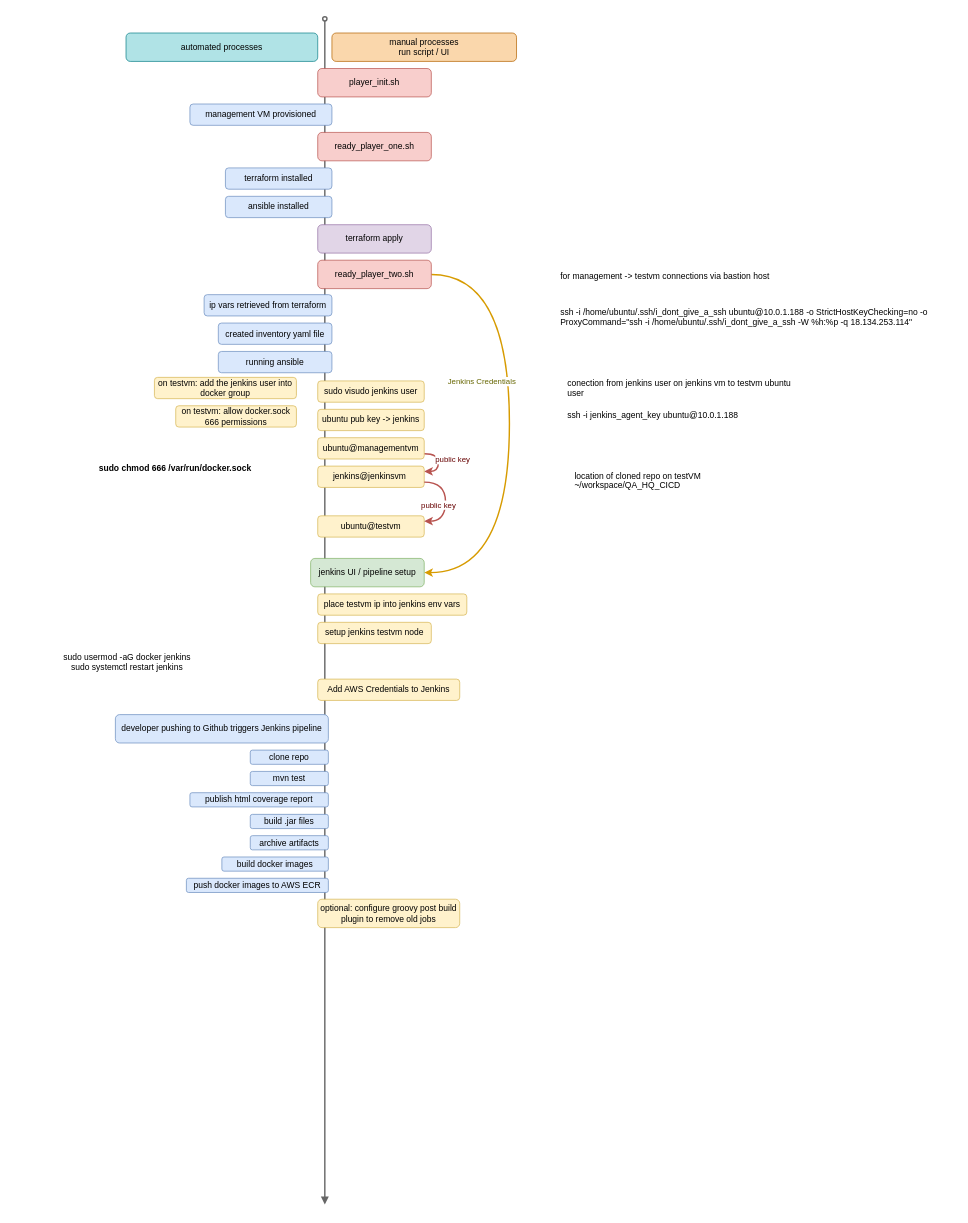
This is other_files/manual_process_checkpoints.drawio from Jenkins-Spice-Latte/QA-Help-Queue-App, a draw.io file, before an edit. Source tidied: cells renumbered, new cells numbered last; positions are measured from the earlier drawing's top-left corner, leaving out a move shared by most shapes. Both pictures are drawn from the tidied source at 71%, with x=0, y=0 at pixel (62, 18).
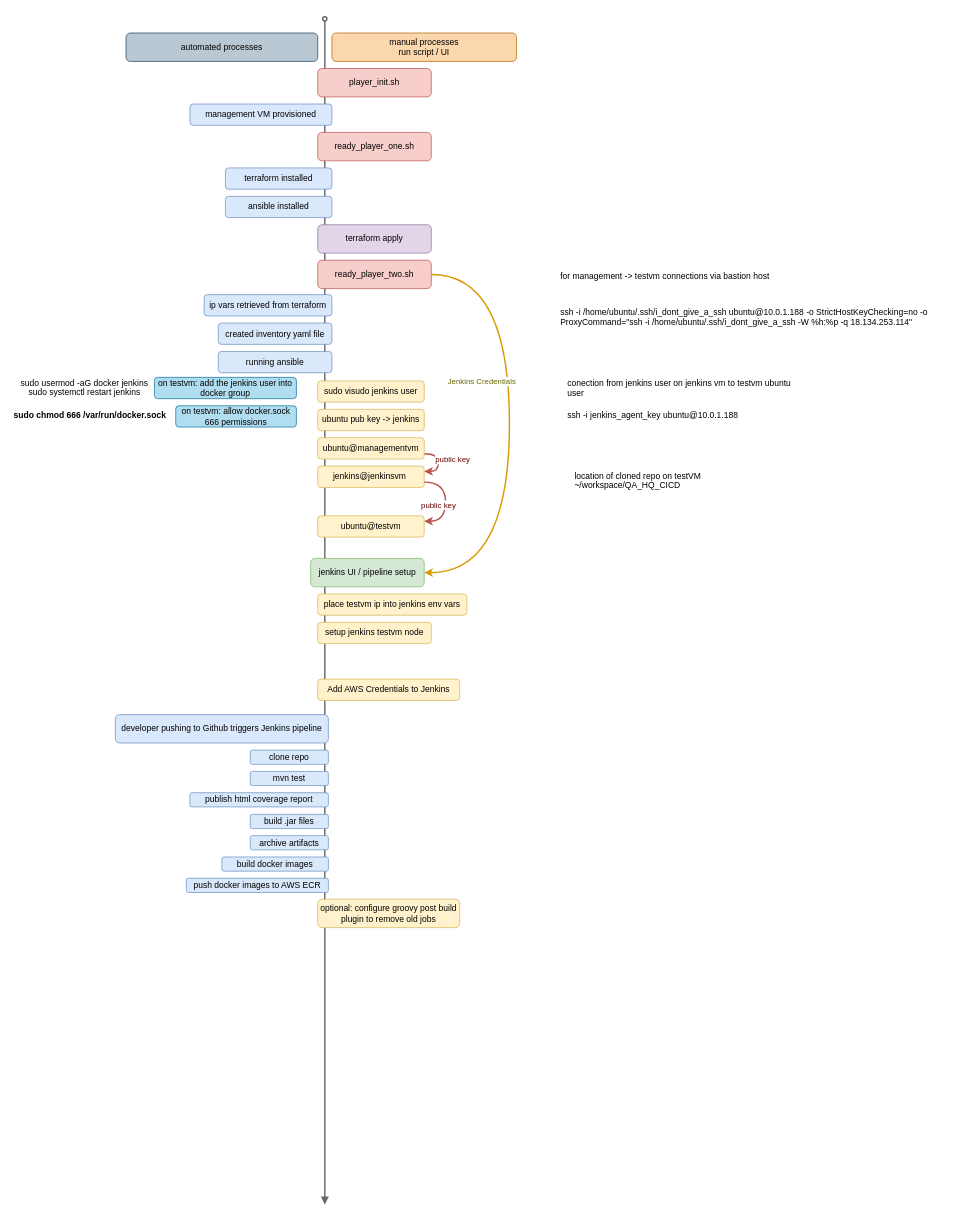
Above is the later version.

Commit message (it also covers changes not shown here):
fixed permission errors for docker/jenkins during ansible runs

Change to the diagram source:
```diff
@@
-    <mxCell id="15" value="automated processes" style="rounded=1;whiteSpace=wrap;html=1;fillColor=#b0e3e6;strokeColor=#0e8088;" parent="1" vertex="1">
+    <mxCell id="15" value="automated processes" style="rounded=1;whiteSpace=wrap;html=1;fillColor=#bac8d3;strokeColor=#23445d;" parent="1" vertex="1">
       <mxGeometry x="90" y="20" width="270" height="40" as="geometry" />
     </mxCell>
@@
-    <mxCell id="31" value="on testvm: add the jenkins user into docker group" style="rounded=1;whiteSpace=wrap;html=1;fillColor=#fff2cc;strokeColor=#d6b656;" parent="1" vertex="1">
+    <mxCell id="31" value="on testvm: add the jenkins user into docker group" style="rounded=1;whiteSpace=wrap;html=1;fillColor=#b1ddf0;strokeColor=#10739e;" parent="1" vertex="1">
       <mxGeometry x="130" y="505" width="200" height="30" as="geometry" />
     </mxCell>
@@
     <mxCell id="38" value="&lt;div style=&quot;text-align: center&quot;&gt;sudo usermod -aG docker jenkins&lt;/div&gt;&lt;div style=&quot;text-align: center&quot;&gt;sudo systemctl restart jenkins&lt;/div&gt;" style="text;whiteSpace=wrap;html=1;" parent="1" vertex="1">
-      <mxGeometry y="885" width="280" height="40" as="geometry" />
+      <mxGeometry x="-60" y="498.5" width="280" height="40" as="geometry" />
     </mxCell>
@@
     <mxCell id="44" value="&lt;strong&gt;sudo chmod 666 /var/run/docker.sock&lt;/strong&gt;" style="text;whiteSpace=wrap;html=1;" parent="1" vertex="1">
-      <mxGeometry x="50" y="620" width="240" height="30" as="geometry" />
+      <mxGeometry x="-70" y="545" width="240" height="30" as="geometry" />
     </mxCell>
-    <mxCell id="45" value="on testvm: allow docker.sock 666 permissions" style="rounded=1;whiteSpace=wrap;html=1;fillColor=#fff2cc;strokeColor=#d6b656;" parent="1" vertex="1">
+    <mxCell id="45" value="on testvm: allow docker.sock 666 permissions" style="rounded=1;whiteSpace=wrap;html=1;fillColor=#b1ddf0;strokeColor=#10739e;" parent="1" vertex="1">
       <mxGeometry x="160" y="545" width="170" height="30" as="geometry" />
     </mxCell>
```
